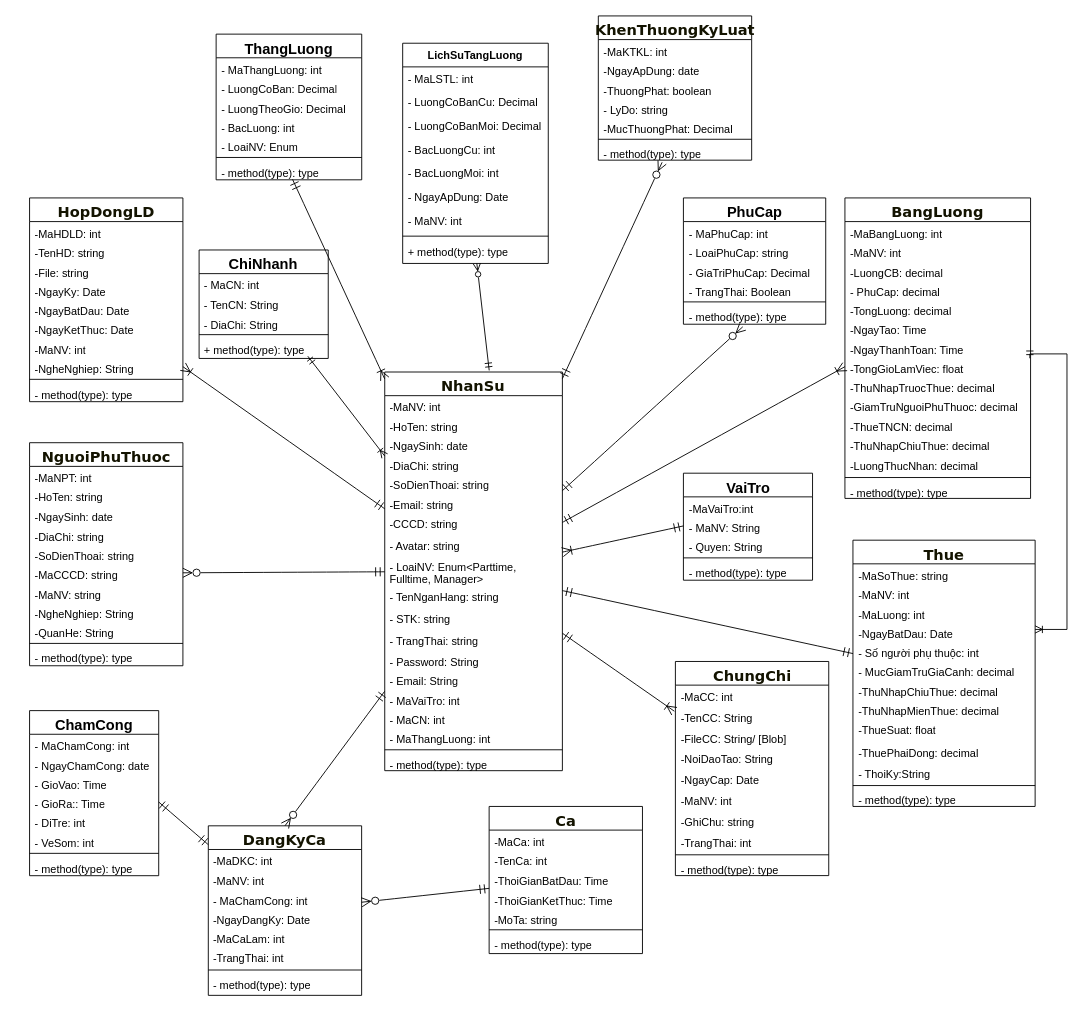
NguyenMint/LVTN keeps this draw.io diagram as Biểu đồ không có tiêu đề.drawio. Above is the earlier version. Source tidied: cells renumbered, new cells numbered last; positions are measured from the earlier drawing's top-left corner, leaving out a move shared by most shapes. Both pictures are drawn from the tidied source at 91%, with x=0, y=0 at pixel (29, 15).
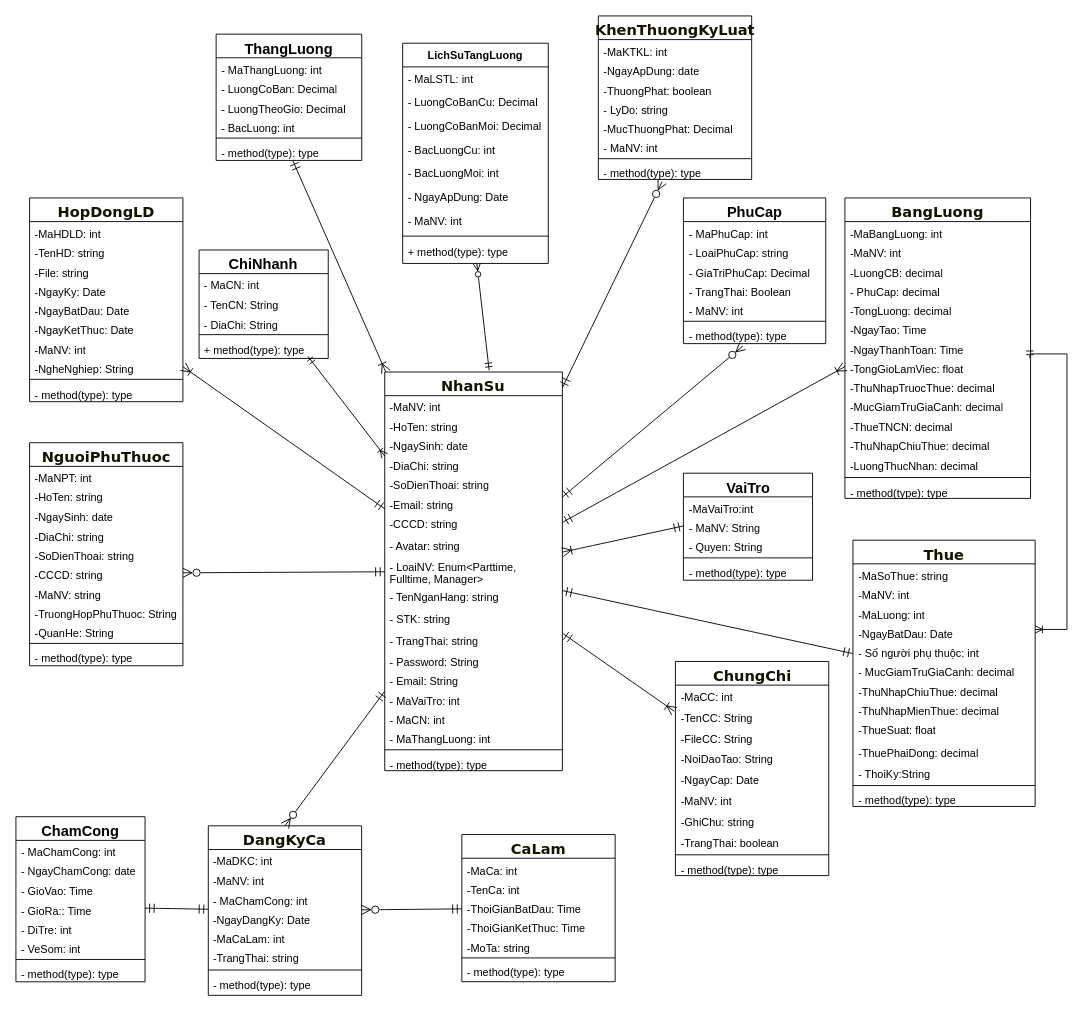
The same diagram, later.

Commit message (it also covers changes not shown here):
Cập nhật Biểu đồ không có tiêu đề.drawio

Unchanged cells that the change refers to:
```xml
<mxCell id="22" value="&lt;span style=&quot;color: rgb(19, 19, 0); font-family: &amp;quot;trebuchet ms&amp;quot;, verdana, arial, sans-serif; font-size: 16px; text-wrap-mode: nowrap;&quot;&gt;NguoiPhuThuoc&lt;/span&gt;" style="swimlane;fontStyle=1;align=center;verticalAlign=top;horizontal=1;startSize=26;whiteSpace=wrap;html=1;" parent="1" vertex="1">
  <mxGeometry y="469" width="168.5" height="245.1" as="geometry" />
</mxCell>
<mxCell id="82" value="&lt;span style=&quot;color: rgb(19, 19, 0); font-family: &amp;quot;trebuchet ms&amp;quot;, verdana, arial, sans-serif; font-size: 16px; text-wrap-mode: nowrap;&quot;&gt;ChungChi&lt;/span&gt;&lt;div&gt;&lt;span style=&quot;color: rgb(19, 19, 0); font-family: &amp;quot;trebuchet ms&amp;quot;, verdana, arial, sans-serif; font-size: 16px; text-wrap-mode: nowrap;&quot;&gt;&lt;br&gt;&lt;/span&gt;&lt;/div&gt;" style="swimlane;fontStyle=1;align=center;verticalAlign=top;horizontal=1;startSize=26;whiteSpace=wrap;html=1;" parent="1" vertex="1">
  <mxGeometry x="709.7" y="709.4" width="168.5" height="235.3" as="geometry" />
</mxCell>
<mxCell id="93" value="&lt;span style=&quot;color: rgb(19, 19, 0); font-family: &amp;quot;trebuchet ms&amp;quot;, verdana, arial, sans-serif; font-size: 16px; text-wrap-mode: nowrap;&quot;&gt;DangKyCa&lt;/span&gt;&lt;div&gt;&lt;span style=&quot;color: rgb(19, 19, 0); font-family: &amp;quot;trebuchet ms&amp;quot;, verdana, arial, sans-serif; font-size: 16px; text-wrap-mode: nowrap;&quot;&gt;&lt;br&gt;&lt;/span&gt;&lt;/div&gt;" style="swimlane;fontStyle=1;align=center;verticalAlign=top;horizontal=1;startSize=26;whiteSpace=wrap;html=1;" parent="1" vertex="1">
  <mxGeometry x="196.4" y="890" width="168.5" height="186.3" as="geometry" />
</mxCell>
<mxCell id="110" value="&lt;div&gt;&lt;span style=&quot;color: rgb(19, 19, 0); font-family: &amp;quot;trebuchet ms&amp;quot;, verdana, arial, sans-serif; font-size: 16px; text-wrap-mode: nowrap;&quot;&gt;BangLuong&lt;/span&gt;&lt;/div&gt;&lt;div&gt;&lt;span style=&quot;color: rgb(19, 19, 0); font-family: &amp;quot;trebuchet ms&amp;quot;, verdana, arial, sans-serif; font-size: 16px; text-wrap-mode: nowrap;&quot;&gt;&lt;br&gt;&lt;/span&gt;&lt;/div&gt;" style="swimlane;fontStyle=1;align=center;verticalAlign=top;horizontal=1;startSize=26;whiteSpace=wrap;html=1;" parent="1" vertex="1">
  <mxGeometry x="896" y="200" width="204" height="330.2" as="geometry" />
</mxCell>
```

Diff of the diagram source:
```diff
@@
-    <mxCell id="28" value="-MaCCCD: string" style="text;strokeColor=none;fillColor=none;align=left;verticalAlign=top;spacingLeft=4;spacingRight=4;overflow=hidden;points=[[0,0.5],[1,0.5]];portConstraint=eastwest;whiteSpace=wrap;html=1;" parent="22" vertex="1">
+    <mxCell id="28" value="-CCCD: string" style="text;strokeColor=none;fillColor=none;align=left;verticalAlign=top;spacingLeft=4;spacingRight=4;overflow=hidden;points=[[0,0.5],[1,0.5]];portConstraint=eastwest;whiteSpace=wrap;html=1;" parent="22" vertex="1">
       <mxGeometry y="132.3" width="168.5" height="21.3" as="geometry" />
     </mxCell>
@@
-    <mxCell id="30" value="-NgheNghiep: String" style="text;strokeColor=none;fillColor=none;align=left;verticalAlign=top;spacingLeft=4;spacingRight=4;overflow=hidden;whiteSpace=wrap;html=1;" parent="22" vertex="1">
+    <mxCell id="30" value="-TruongHopPhuThuoc: String" style="text;strokeColor=none;fillColor=none;align=left;verticalAlign=top;spacingLeft=4;spacingRight=4;overflow=hidden;whiteSpace=wrap;html=1;" parent="22" vertex="1">
       <mxGeometry y="174.8" width="168.5" height="21.3" as="geometry" />
     </mxCell>
@@
     <mxCell id="45" value="&lt;font face=&quot;trebuchet ms, verdana, arial, sans-serif&quot; color=&quot;#131300&quot;&gt;&lt;span style=&quot;font-size: 16px; text-wrap-mode: nowrap;&quot;&gt;KhenThuongKyLuat&lt;/span&gt;&lt;/font&gt;" style="swimlane;fontStyle=1;align=center;verticalAlign=top;horizontal=1;startSize=26;whiteSpace=wrap;html=1;" parent="1" vertex="1">
-      <mxGeometry x="625" width="168.5" height="158.5" as="geometry" />
+      <mxGeometry x="625" width="168.5" height="179.7" as="geometry" />
     </mxCell>
@@
+    <mxCell id="172" value="- MaNV: int" style="text;strokeColor=none;fillColor=none;align=left;verticalAlign=top;spacingLeft=4;spacingRight=4;overflow=hidden;whiteSpace=wrap;html=1;" parent="45" vertex="1">
+      <mxGeometry y="132.3" width="168.5" height="21.3" as="geometry" />
+    </mxCell>
     <mxCell id="51" style="line;strokeWidth=1;fillColor=none;align=left;verticalAlign=middle;spacingTop=-1;spacingLeft=3;spacingRight=3;labelPosition=right;strokeColor=inherit;" parent="45" vertex="1">
-      <mxGeometry y="132.3" width="168.5" height="6.5" as="geometry" />
+      <mxGeometry y="153.6" width="168.5" height="6.5" as="geometry" />
     </mxCell>
     <mxCell id="52" value="- method(type): type" style="text;strokeColor=none;fillColor=none;align=left;verticalAlign=top;spacingLeft=4;spacingRight=4;overflow=hidden;points=[[0,0.5],[1,0.5]];portConstraint=eastwest;whiteSpace=wrap;html=1;" parent="45" vertex="1">
-      <mxGeometry y="138.8" width="168.5" height="19.6" as="geometry" />
+      <mxGeometry y="160.1" width="168.5" height="19.6" as="geometry" />
     </mxCell>
     <mxCell id="53" value="&lt;font style=&quot;font-size: 16px;&quot;&gt;PhuCap&lt;/font&gt;" style="swimlane;fontStyle=1;align=center;verticalAlign=top;horizontal=1;startSize=26;whiteSpace=wrap;html=1;" parent="1" vertex="1">
-      <mxGeometry x="718.5" y="200" width="156.4" height="138.8" as="geometry" />
+      <mxGeometry x="718.5" y="200" width="156.4" height="160.1" as="geometry" />
     </mxCell>
@@
+    <mxCell id="173" value="- MaNV: int" style="text;strokeColor=none;fillColor=none;align=left;verticalAlign=top;spacingLeft=4;spacingRight=4;overflow=hidden;whiteSpace=wrap;html=1;" parent="53" vertex="1">
+      <mxGeometry y="111" width="156.4" height="21.3" as="geometry" />
+    </mxCell>
     <mxCell id="58" style="line;strokeWidth=1;fillColor=none;align=left;verticalAlign=middle;spacingTop=-1;spacingLeft=3;spacingRight=3;labelPosition=right;strokeColor=inherit;" parent="53" vertex="1">
-      <mxGeometry y="111" width="156.4" height="6.5" as="geometry" />
+      <mxGeometry y="132.3" width="156.4" height="6.5" as="geometry" />
     </mxCell>
     <mxCell id="59" value="- method(type): type" style="text;strokeColor=none;fillColor=none;align=left;verticalAlign=top;spacingLeft=4;spacingRight=4;overflow=hidden;points=[[0,0.5],[1,0.5]];portConstraint=eastwest;whiteSpace=wrap;html=1;" parent="53" vertex="1">
-      <mxGeometry y="117.6" width="156.4" height="21.3" as="geometry" />
+      <mxGeometry y="138.8" width="156.4" height="21.3" as="geometry" />
     </mxCell>
     <mxCell id="60" value="&lt;font style=&quot;font-size: 16px;&quot;&gt;ThangLuong&lt;/font&gt;" style="swimlane;fontStyle=1;align=center;verticalAlign=top;horizontal=1;startSize=26;whiteSpace=wrap;html=1;" parent="1" vertex="1">
-      <mxGeometry x="205" y="20" width="160" height="160.1" as="geometry" />
+      <mxGeometry x="205" y="20" width="160" height="138.8" as="geometry" />
     </mxCell>
@@
-    <mxCell id="65" value="- LoaiNV: Enum" style="text;strokeColor=none;fillColor=none;align=left;verticalAlign=top;spacingLeft=4;spacingRight=4;overflow=hidden;whiteSpace=wrap;html=1;" parent="60" vertex="1">
-      <mxGeometry y="111" width="160" height="21.3" as="geometry" />
-    </mxCell>
     <mxCell id="66" style="line;strokeWidth=1;fillColor=none;align=left;verticalAlign=middle;spacingTop=-1;spacingLeft=3;spacingRight=3;labelPosition=right;strokeColor=inherit;" parent="60" vertex="1">
-      <mxGeometry y="132.3" width="160" height="6.5" as="geometry" />
+      <mxGeometry y="111" width="160" height="6.5" as="geometry" />
     </mxCell>
     <mxCell id="67" value="- method(type): type" style="text;align=left;verticalAlign=top;spacingLeft=4;spacingRight=4;overflow=hidden;points=[[0,0.5],[1,0.5]];portConstraint=eastwest;whiteSpace=wrap;html=1;" parent="60" vertex="1">
-      <mxGeometry y="138.8" width="160" height="21.3" as="geometry" />
+      <mxGeometry y="117.6" width="160" height="21.3" as="geometry" />
     </mxCell>
@@
-    <mxCell id="85" value="-FileCC: String/ [Blob]" style="text;strokeColor=none;fillColor=none;align=left;verticalAlign=top;spacingLeft=4;spacingRight=4;overflow=hidden;whiteSpace=wrap;html=1;" parent="82" vertex="1">
+    <mxCell id="85" value="-FileCC: String" style="text;strokeColor=none;fillColor=none;align=left;verticalAlign=top;spacingLeft=4;spacingRight=4;overflow=hidden;whiteSpace=wrap;html=1;" parent="82" vertex="1">
       <mxGeometry y="71.8" width="168.5" height="22.9" as="geometry" />
     </mxCell>
@@
-    <mxCell id="90" value="-TrangThai: int" style="text;strokeColor=none;fillColor=none;align=left;verticalAlign=top;spacingLeft=4;spacingRight=4;overflow=hidden;whiteSpace=wrap;html=1;" parent="82" vertex="1">
+    <mxCell id="90" value="-TrangThai: boolean" style="text;strokeColor=none;fillColor=none;align=left;verticalAlign=top;spacingLeft=4;spacingRight=4;overflow=hidden;whiteSpace=wrap;html=1;" parent="82" vertex="1">
       <mxGeometry y="186.3" width="168.5" height="22.9" as="geometry" />
     </mxCell>
@@
-    <mxCell id="99" value="-TrangThai: int" style="text;strokeColor=none;fillColor=none;align=left;verticalAlign=top;spacingLeft=4;spacingRight=4;overflow=hidden;whiteSpace=wrap;html=1;" parent="93" vertex="1">
+    <mxCell id="99" value="-TrangThai: string" style="text;strokeColor=none;fillColor=none;align=left;verticalAlign=top;spacingLeft=4;spacingRight=4;overflow=hidden;whiteSpace=wrap;html=1;" parent="93" vertex="1">
       <mxGeometry y="132.3" width="168.5" height="22.9" as="geometry" />
     </mxCell>
@@
-    <mxCell id="102" value="&lt;div&gt;&lt;span style=&quot;color: rgb(19, 19, 0); font-family: &amp;quot;trebuchet ms&amp;quot;, verdana, arial, sans-serif; font-size: 16px; text-wrap-mode: nowrap;&quot;&gt;Ca&lt;/span&gt;&lt;/div&gt;" style="swimlane;fontStyle=1;align=center;verticalAlign=top;horizontal=1;startSize=26;whiteSpace=wrap;html=1;" parent="1" vertex="1">
-      <mxGeometry x="505" y="868.7" width="168.5" height="161.7" as="geometry" />
+    <mxCell id="102" value="&lt;div&gt;&lt;span style=&quot;color: rgb(19, 19, 0); font-family: &amp;quot;trebuchet ms&amp;quot;, verdana, arial, sans-serif; font-size: 16px; text-wrap-mode: nowrap;&quot;&gt;CaLam&lt;/span&gt;&lt;/div&gt;" style="swimlane;fontStyle=1;align=center;verticalAlign=top;horizontal=1;startSize=26;whiteSpace=wrap;html=1;" parent="1" vertex="1">
+      <mxGeometry x="475" y="899.6" width="168.5" height="161.7" as="geometry" />
     </mxCell>
@@
-    <mxCell id="120" value="-GiamTruNguoiPhuThuoc: decimal" style="text;strokeColor=none;fillColor=none;align=left;verticalAlign=top;spacingLeft=4;spacingRight=4;overflow=hidden;whiteSpace=wrap;html=1;" parent="110" vertex="1">
+    <mxCell id="120" value="-MucGiamTruGiaCanh: decimal" style="text;strokeColor=none;fillColor=none;align=left;verticalAlign=top;spacingLeft=4;spacingRight=4;overflow=hidden;whiteSpace=wrap;html=1;" parent="110" vertex="1">
       <mxGeometry y="217.3" width="204" height="21.3" as="geometry" />
     </mxCell>
@@
     <mxCell id="126" value="&lt;font style=&quot;font-size: 16px;&quot;&gt;ChamCong&lt;/font&gt;" style="swimlane;fontStyle=1;align=center;verticalAlign=top;horizontal=1;startSize=26;whiteSpace=wrap;html=1;" parent="1" vertex="1">
-      <mxGeometry y="763.4" width="141.9" height="181.4" as="geometry" />
+      <mxGeometry x="-15" y="880" width="141.9" height="181.4" as="geometry" />
     </mxCell>
```
